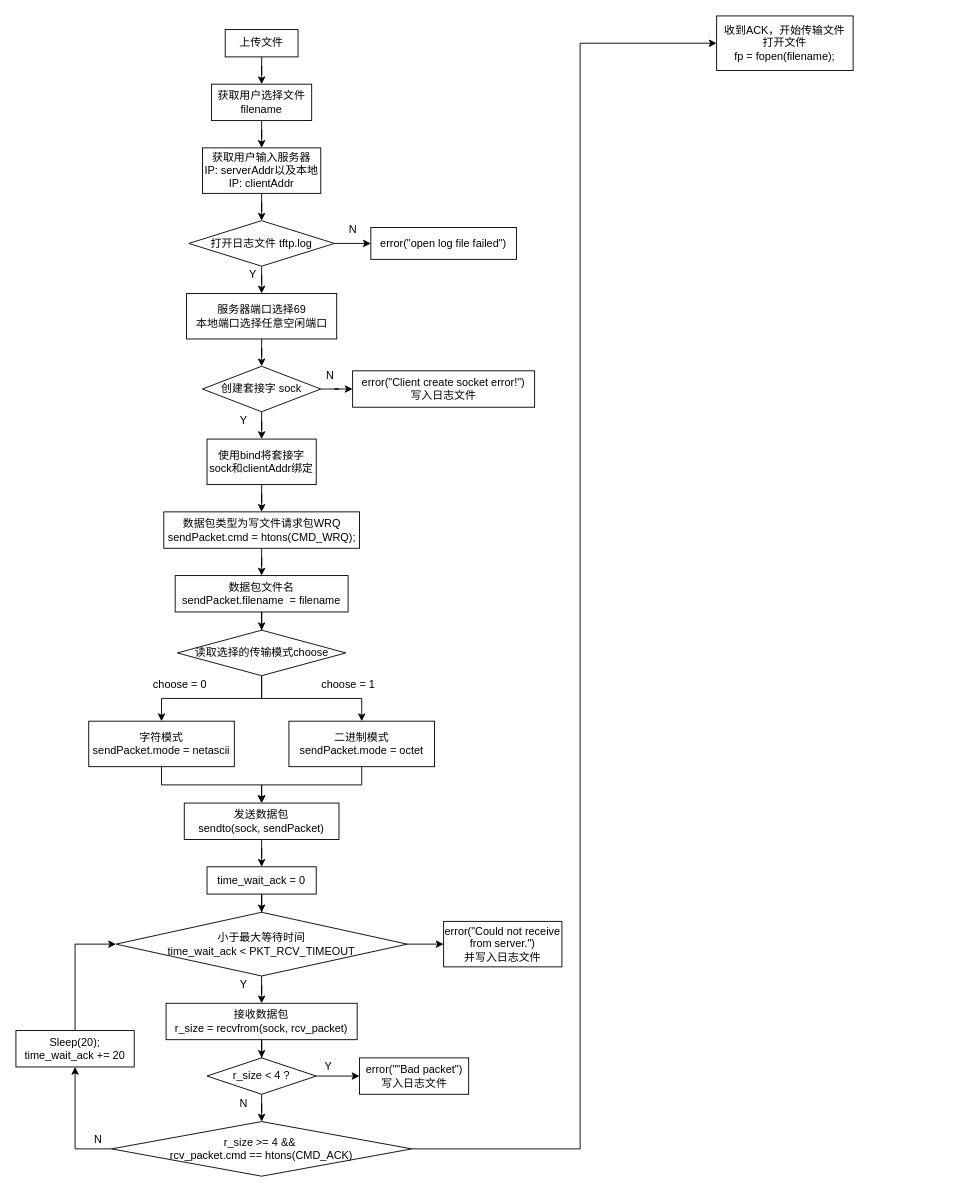
Above: page "第 4 页" (4 of 4) of 计网实验/计网实验.drawio in AgentGuo/flow_chart (draw.io), before the change. Source tidied: cells renumbered, new cells numbered last; positions are measured from the earlier drawing's top-left corner, leaving out a move shared by most shapes. Both pictures are drawn from the tidied source at 91%, with x=0, y=0 at pixel (15, 15).
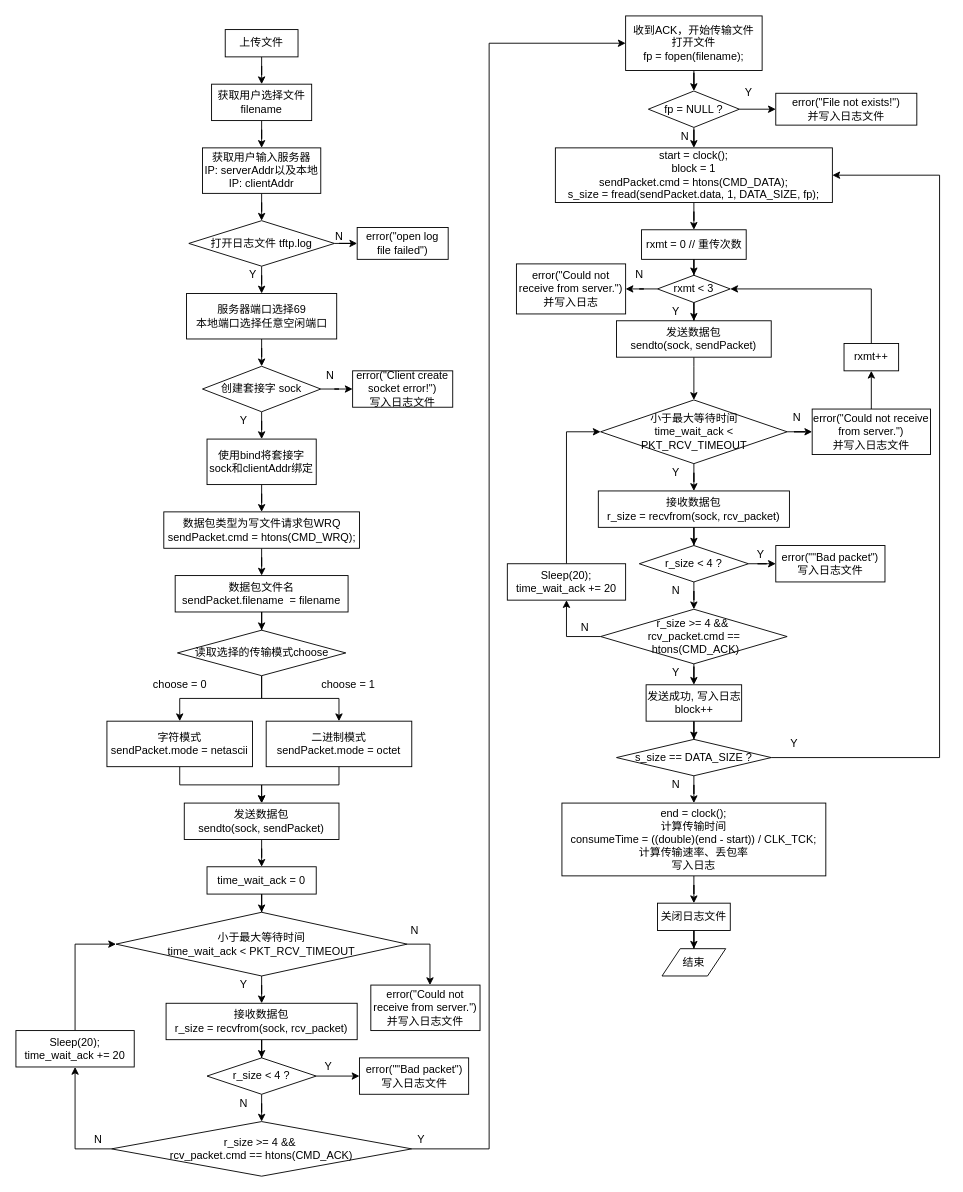
The same page after the edit.

Commit message:
更新计网实验.drawio

The change refers to these unchanged cells:
```xml
<mxCell id="43" value="小于最大等待时间&lt;br&gt;time_wait_ack &amp;lt; PKT_RCV_TIMEOUT" style="rhombus;whiteSpace=wrap;html=1;" parent="1" vertex="1">
  <mxGeometry x="110" y="985" width="320" height="70" as="geometry" />
</mxCell>
<mxCell id="53" value="r_size &amp;gt;= 4 &amp;amp;&amp;amp;&amp;nbsp;&lt;br&gt;rcv_packet.cmd == htons(CMD_ACK)" style="rhombus;whiteSpace=wrap;html=1;" parent="1" vertex="1">
  <mxGeometry x="105" y="1215" width="330" height="60" as="geometry" />
</mxCell>
```

Diff of the diagram source:
```diff
@@
     <mxCell id="8" value="error(&amp;quot;open log file failed&amp;quot;)" style="whiteSpace=wrap;html=1;" parent="1" vertex="1">
-      <mxGeometry x="390" y="232.5" width="160" height="35" as="geometry" />
+      <mxGeometry x="375" y="232.5" width="100" height="35" as="geometry" />
     </mxCell>
@@
     <mxCell id="17" value="error(&quot;Client create socket error!&quot;)&lt;br&gt;写入日志文件" style="whiteSpace=wrap;html=1;" parent="1" vertex="1">
-      <mxGeometry x="370" y="390" width="200" height="40" as="geometry" />
+      <mxGeometry x="370" y="390" width="110" height="40" as="geometry" />
     </mxCell>
@@
     <mxCell id="19" value="N" style="text;html=1;align=center;verticalAlign=middle;" parent="1" vertex="1">
-      <mxGeometry x="360" y="225" width="20" height="20" as="geometry" />
+      <mxGeometry x="345" y="232.5" width="20" height="20" as="geometry" />
     </mxCell>
@@
     <mxCell id="26" value="字符模式&lt;br&gt;sendPacket.mode = netascii" style="whiteSpace=wrap;html=1;" parent="1" vertex="1">
-      <mxGeometry x="80" y="775" width="160" height="50" as="geometry" />
+      <mxGeometry x="100" y="775" width="160" height="50" as="geometry" />
     </mxCell>
@@
     <mxCell id="32" value="二进制模式&lt;br&gt;sendPacket.mode = octet" style="whiteSpace=wrap;html=1;" parent="1" vertex="1">
-      <mxGeometry x="300" y="775" width="160" height="50" as="geometry" />
+      <mxGeometry x="275" y="775" width="160" height="50" as="geometry" />
     </mxCell>
@@
     <mxCell id="42" style="edgeStyle=orthogonalEdgeStyle;rounded=0;jettySize=auto;html=1;" parent="1" edge="1" source="43" target="59">
-      <mxGeometry relative="1" as="geometry" />
+      <mxGeometry relative="1" as="geometry">
+        <Array as="points">
+          <mxPoint x="455" y="1020" />
+        </Array>
+      </mxGeometry>
     </mxCell>
@@
     <mxCell id="52" style="edgeStyle=orthogonalEdgeStyle;rounded=0;jettySize=auto;html=1;" parent="1" edge="1" source="53" target="60">
       <mxGeometry relative="1" as="geometry">
         <Array as="points">
-          <mxPoint x="620" y="1245" />
-          <mxPoint x="620" y="30" />
+          <mxPoint x="520" y="1245" />
+          <mxPoint x="520" y="30" />
         </Array>
       </mxGeometry>
     </mxCell>
@@
     <mxCell id="59" value="error(&quot;Could not receive from server.&quot;)&lt;br&gt;并写入日志文件" style="whiteSpace=wrap;html=1;" parent="1" vertex="1">
-      <mxGeometry x="470" y="995" width="130" height="50" as="geometry" />
+      <mxGeometry x="390" y="1065" width="120" height="50" as="geometry" />
     </mxCell>
+    <mxCell id="61" style="edgeStyle=orthogonalEdgeStyle;rounded=0;jettySize=auto;html=1;entryX=0.5;entryY=0;entryDx=0;entryDy=0;" parent="1" edge="1" source="60" target="64">
+      <mxGeometry relative="1" as="geometry" />
+    </mxCell>
     <mxCell id="60" value="收到ACK，开始传输文件&lt;br&gt;打开文件&lt;br&gt;fp = fopen(filename);" style="whiteSpace=wrap;html=1;" parent="1" vertex="1">
-      <mxGeometry x="770" width="150" height="60" as="geometry" />
+      <mxGeometry x="670" width="150" height="60" as="geometry" />
     </mxCell>
+    <mxCell id="62" style="edgeStyle=orthogonalEdgeStyle;rounded=0;jettySize=auto;html=1;" parent="1" edge="1" source="64" target="65">
+      <mxGeometry relative="1" as="geometry" />
+    </mxCell>
+    <mxCell id="63" style="edgeStyle=orthogonalEdgeStyle;rounded=0;jettySize=auto;html=1;" parent="1" edge="1" source="64" target="67">
+      <mxGeometry relative="1" as="geometry" />
+    </mxCell>
+    <mxCell id="64" value="fp = NULL ?" style="rhombus;whiteSpace=wrap;html=1;" parent="1" vertex="1">
+      <mxGeometry x="695" y="82.5" width="100" height="40" as="geometry" />
+    </mxCell>
+    <mxCell id="65" value="error(&quot;File not exists!&quot;)&lt;br&gt;并写入日志文件" style="whiteSpace=wrap;html=1;" parent="1" vertex="1">
+      <mxGeometry x="835" y="85" width="155" height="35" as="geometry" />
+    </mxCell>
+    <mxCell id="66" style="edgeStyle=orthogonalEdgeStyle;rounded=0;jettySize=auto;html=1;" parent="1" edge="1" source="67" target="69">
+      <mxGeometry relative="1" as="geometry" />
+    </mxCell>
+    <mxCell id="67" value="start = clock();&lt;br&gt;block = 1&lt;br&gt;sendPacket.cmd = htons(CMD_DATA);&lt;br&gt;s_size = fread(sendPacket.data, 1, DATA_SIZE, fp);" style="whiteSpace=wrap;html=1;" parent="1" vertex="1">
+      <mxGeometry x="592.8" y="145" width="304.4" height="60" as="geometry" />
+    </mxCell>
+    <mxCell id="68" style="edgeStyle=orthogonalEdgeStyle;rounded=0;jettySize=auto;html=1;" parent="1" edge="1" source="69" target="72">
+      <mxGeometry relative="1" as="geometry" />
+    </mxCell>
+    <mxCell id="69" value="rxmt = 0 // 重传次数" style="whiteSpace=wrap;html=1;" parent="1" vertex="1">
+      <mxGeometry x="687.5" y="235" width="115" height="32.5" as="geometry" />
+    </mxCell>
+    <mxCell id="70" style="edgeStyle=orthogonalEdgeStyle;rounded=0;jettySize=auto;html=1;" parent="1" edge="1" source="72" target="76">
+      <mxGeometry relative="1" as="geometry" />
+    </mxCell>
+    <mxCell id="71" style="edgeStyle=orthogonalEdgeStyle;rounded=0;jettySize=auto;html=1;" parent="1" edge="1" source="72" target="103">
+      <mxGeometry relative="1" as="geometry" />
+    </mxCell>
+    <mxCell id="72" value="rxmt &amp;lt; 3" style="rhombus;whiteSpace=wrap;html=1;" parent="1" vertex="1">
+      <mxGeometry x="705" y="285" width="80" height="30" as="geometry" />
+    </mxCell>
+    <mxCell id="73" value="Y" style="text;html=1;align=center;verticalAlign=middle;" parent="1" vertex="1">
+      <mxGeometry x="795" y="75" width="20" height="20" as="geometry" />
+    </mxCell>
+    <mxCell id="74" value="N" style="text;html=1;align=center;verticalAlign=middle;" parent="1" vertex="1">
+      <mxGeometry x="725" y="122.5" width="20" height="20" as="geometry" />
+    </mxCell>
+    <mxCell id="75" style="edgeStyle=orthogonalEdgeStyle;rounded=0;jettySize=auto;html=1;" parent="1" edge="1" source="76" target="79">
+      <mxGeometry relative="1" as="geometry">
+        <Array as="points">
+          <mxPoint x="745" y="385" />
+          <mxPoint x="745" y="385" />
+        </Array>
+      </mxGeometry>
+    </mxCell>
+    <mxCell id="76" value="发送数据包&lt;br&gt;sendto(sock, sendPacket)" style="whiteSpace=wrap;html=1;" parent="1" vertex="1">
+      <mxGeometry x="660" y="335" width="170" height="40" as="geometry" />
+    </mxCell>
+    <mxCell id="77" style="edgeStyle=orthogonalEdgeStyle;rounded=0;jettySize=auto;html=1;" parent="1" edge="1" source="79" target="81">
+      <mxGeometry relative="1" as="geometry" />
+    </mxCell>
+    <mxCell id="78" style="edgeStyle=orthogonalEdgeStyle;rounded=0;jettySize=auto;html=1;" parent="1" edge="1" source="79" target="96">
+      <mxGeometry relative="1" as="geometry" />
+    </mxCell>
+    <mxCell id="79" value="小于最大等待时间&lt;br&gt;time_wait_ack &amp;lt; &lt;br&gt;PKT_RCV_TIMEOUT" style="rhombus;whiteSpace=wrap;html=1;" parent="1" vertex="1">
+      <mxGeometry x="642.5" y="422" width="205" height="70" as="geometry" />
+    </mxCell>
+    <mxCell id="80" style="edgeStyle=orthogonalEdgeStyle;rounded=0;jettySize=auto;html=1;" parent="1" edge="1" source="81" target="84">
+      <mxGeometry relative="1" as="geometry" />
+    </mxCell>
+    <mxCell id="81" value="接收数据包&lt;br&gt;r_size = recvfrom(sock, rcv_packet)" style="whiteSpace=wrap;html=1;" parent="1" vertex="1">
+      <mxGeometry x="640" y="522" width="210" height="40" as="geometry" />
+    </mxCell>
+    <mxCell id="82" style="edgeStyle=orthogonalEdgeStyle;rounded=0;jettySize=auto;html=1;entryX=0;entryY=0.5;entryDx=0;entryDy=0;" parent="1" edge="1" source="84" target="85">
+      <mxGeometry relative="1" as="geometry" />
+    </mxCell>
+    <mxCell id="83" style="edgeStyle=orthogonalEdgeStyle;rounded=0;jettySize=auto;html=1;" parent="1" edge="1" source="84" target="89">
+      <mxGeometry relative="1" as="geometry" />
+    </mxCell>
+    <mxCell id="84" value="r_size &amp;lt; 4 ?" style="rhombus;whiteSpace=wrap;html=1;" parent="1" vertex="1">
+      <mxGeometry x="685" y="582" width="120" height="40" as="geometry" />
+    </mxCell>
+    <mxCell id="85" value="error(&quot;&quot;Bad packet&quot;)&lt;br&gt;写入日志文件" style="whiteSpace=wrap;html=1;" parent="1" vertex="1">
+      <mxGeometry x="835" y="582" width="120" height="40" as="geometry" />
+    </mxCell>
+    <mxCell id="86" value="Y" style="text;html=1;align=center;verticalAlign=middle;" parent="1" vertex="1">
+      <mxGeometry x="807.5" y="582" width="20" height="20" as="geometry" />
+    </mxCell>
+    <mxCell id="87" style="edgeStyle=orthogonalEdgeStyle;rounded=0;jettySize=auto;html=1;" parent="1" edge="1" source="89" target="91">
+      <mxGeometry relative="1" as="geometry">
+        <Array as="points">
+          <mxPoint x="605" y="682" />
+        </Array>
+      </mxGeometry>
+    </mxCell>
+    <mxCell id="88" style="edgeStyle=orthogonalEdgeStyle;rounded=0;jettySize=auto;html=1;" parent="1" edge="1" source="89" target="98">
+      <mxGeometry relative="1" as="geometry" />
+    </mxCell>
+    <mxCell id="89" value="r_size &amp;gt;= 4 &amp;amp;&amp;amp;&amp;nbsp;&lt;br&gt;rcv_packet.cmd ==&lt;br&gt;&amp;nbsp;htons(CMD_ACK)" style="rhombus;whiteSpace=wrap;html=1;" parent="1" vertex="1">
+      <mxGeometry x="642.5" y="652" width="205" height="60" as="geometry" />
+    </mxCell>
+    <mxCell id="90" style="edgeStyle=orthogonalEdgeStyle;rounded=0;jettySize=auto;html=1;" parent="1" edge="1" source="91" target="79">
+      <mxGeometry relative="1" as="geometry">
+        <Array as="points">
+          <mxPoint x="605" y="457" />
+        </Array>
+      </mxGeometry>
+    </mxCell>
+    <mxCell id="91" value="Sleep(20);&lt;br&gt;time_wait_ack += 20" style="whiteSpace=wrap;html=1;" parent="1" vertex="1">
+      <mxGeometry x="540" y="602" width="130" height="40" as="geometry" />
+    </mxCell>
+    <mxCell id="92" value="Y" style="text;html=1;align=center;verticalAlign=middle;" parent="1" vertex="1">
+      <mxGeometry x="715" y="492" width="20" height="20" as="geometry" />
+    </mxCell>
+    <mxCell id="93" value="N" style="text;html=1;align=center;verticalAlign=middle;" parent="1" vertex="1">
+      <mxGeometry x="715" y="622" width="20" height="20" as="geometry" />
+    </mxCell>
+    <mxCell id="94" value="N" style="text;html=1;align=center;verticalAlign=middle;" parent="1" vertex="1">
+      <mxGeometry x="615" y="662" width="20" height="20" as="geometry" />
+    </mxCell>
+    <mxCell id="95" style="edgeStyle=orthogonalEdgeStyle;rounded=0;jettySize=auto;html=1;" parent="1" edge="1" source="96" target="101">
+      <mxGeometry relative="1" as="geometry" />
+    </mxCell>
+    <mxCell id="96" value="error(&quot;Could not receive from server.&quot;)&lt;br&gt;并写入日志文件" style="whiteSpace=wrap;html=1;" parent="1" vertex="1">
+      <mxGeometry x="875" y="432" width="130" height="50" as="geometry" />
+    </mxCell>
+    <mxCell id="97" style="edgeStyle=orthogonalEdgeStyle;rounded=0;jettySize=auto;html=1;" parent="1" edge="1" source="98" target="107">
+      <mxGeometry relative="1" as="geometry" />
+    </mxCell>
+    <mxCell id="98" value="发送成功, 写入日志&lt;br&gt;block++" style="whiteSpace=wrap;html=1;" parent="1" vertex="1">
+      <mxGeometry x="692.5" y="735" width="105" height="40" as="geometry" />
+    </mxCell>
+    <mxCell id="99" value="N" style="text;html=1;align=center;verticalAlign=middle;" parent="1" vertex="1">
+      <mxGeometry x="847.5" y="432" width="20" height="20" as="geometry" />
+    </mxCell>
+    <mxCell id="100" style="edgeStyle=orthogonalEdgeStyle;rounded=0;jettySize=auto;html=1;" parent="1" edge="1" source="101" target="72">
+      <mxGeometry relative="1" as="geometry">
+        <Array as="points">
+          <mxPoint x="940" y="300" />
+        </Array>
+      </mxGeometry>
+    </mxCell>
+    <mxCell id="101" value="rxmt++" style="whiteSpace=wrap;html=1;" parent="1" vertex="1">
+      <mxGeometry x="910" y="360" width="60" height="30" as="geometry" />
+    </mxCell>
+    <mxCell id="102" value="Y" style="text;html=1;align=center;verticalAlign=middle;" parent="1" vertex="1">
+      <mxGeometry x="715" y="315" width="20" height="20" as="geometry" />
+    </mxCell>
+    <mxCell id="103" value="error(&quot;Could not receive from server.&quot;)&#10;并写入日志" style="whiteSpace=wrap;" parent="1" vertex="1">
+      <mxGeometry x="550" y="272.5" width="120" height="55" as="geometry" />
+    </mxCell>
+    <mxCell id="104" value="N" style="text;html=1;align=center;verticalAlign=middle;" parent="1" vertex="1">
+      <mxGeometry x="675" y="275" width="20" height="20" as="geometry" />
+    </mxCell>
+    <mxCell id="105" style="edgeStyle=orthogonalEdgeStyle;rounded=0;jettySize=auto;html=1;entryX=1;entryY=0.5;entryDx=0;entryDy=0;" parent="1" edge="1" source="107" target="67">
+      <mxGeometry relative="1" as="geometry">
+        <Array as="points">
+          <mxPoint x="1015" y="815" />
+          <mxPoint x="1015" y="175" />
+        </Array>
+      </mxGeometry>
+    </mxCell>
+    <mxCell id="106" style="edgeStyle=orthogonalEdgeStyle;rounded=0;jettySize=auto;html=1;" parent="1" edge="1" source="107" target="110">
+      <mxGeometry relative="1" as="geometry" />
+    </mxCell>
+    <mxCell id="107" value="s_size == DATA_SIZE ?" style="rhombus;whiteSpace=wrap;html=1;" parent="1" vertex="1">
+      <mxGeometry x="660" y="795" width="170" height="40" as="geometry" />
+    </mxCell>
+    <mxCell id="108" value="Y" style="text;html=1;align=center;verticalAlign=middle;" parent="1" vertex="1">
+      <mxGeometry x="845" y="790" width="20" height="20" as="geometry" />
+    </mxCell>
+    <mxCell id="109" style="edgeStyle=orthogonalEdgeStyle;rounded=0;jettySize=auto;html=1;" parent="1" edge="1" source="110" target="112">
+      <mxGeometry relative="1" as="geometry" />
+    </mxCell>
+    <mxCell id="110" value="end = clock();&lt;br&gt;计算传输时间&lt;br&gt;consumeTime = ((double)(end - start)) / CLK_TCK;&lt;br&gt;计算传输速率、丢包率&lt;br&gt;写入日志" style="whiteSpace=wrap;html=1;" parent="1" vertex="1">
+      <mxGeometry x="600" y="865" width="290" height="80" as="geometry" />
+    </mxCell>
+    <mxCell id="111" style="edgeStyle=orthogonalEdgeStyle;rounded=0;jettySize=auto;html=1;" parent="1" edge="1" source="112" target="113">
+      <mxGeometry relative="1" as="geometry" />
+    </mxCell>
+    <mxCell id="112" value="关闭日志文件" style="whiteSpace=wrap;html=1;" parent="1" vertex="1">
+      <mxGeometry x="705" y="975" width="80" height="30" as="geometry" />
+    </mxCell>
+    <mxCell id="113" value="结束" style="shape=parallelogram;perimeter=parallelogramPerimeter;whiteSpace=wrap;html=1;fixedSize=1;" parent="1" vertex="1">
+      <mxGeometry x="710" y="1025" width="70" height="30" as="geometry" />
+    </mxCell>
+    <mxCell id="114" value="N" style="text;html=1;align=center;verticalAlign=middle;" parent="1" vertex="1">
+      <mxGeometry x="715" y="835" width="20" height="20" as="geometry" />
+    </mxCell>
+    <mxCell id="115" value="N" style="text;html=1;align=center;verticalAlign=middle;" parent="1" vertex="1">
+      <mxGeometry x="427.5" y="995" width="20" height="20" as="geometry" />
+    </mxCell>
+    <mxCell id="116" value="Y" style="text;html=1;align=center;verticalAlign=middle;" parent="1" vertex="1">
+      <mxGeometry x="435" y="1225" width="20" height="20" as="geometry" />
+    </mxCell>
+    <mxCell id="117" value="Y" style="text;html=1;align=center;verticalAlign=middle;" parent="1" vertex="1">
+      <mxGeometry x="715" y="712" width="20" height="20" as="geometry" />
+    </mxCell>
```
